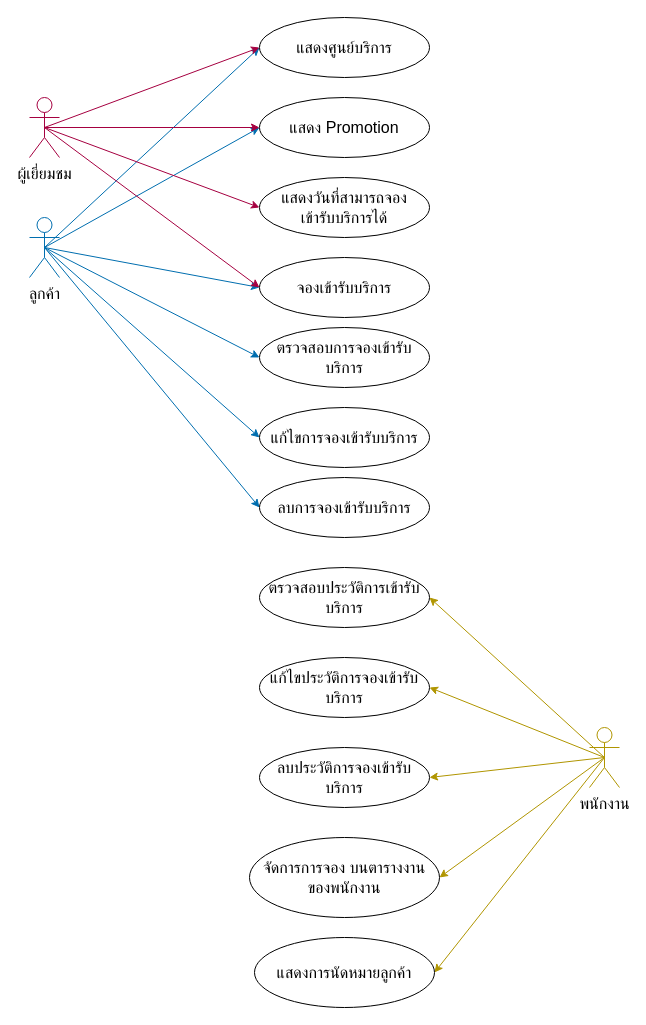
This is test.drawio from nuannim/tyre-out, a draw.io file, before an edit. Source tidied: cells renumbered, new cells numbered last; positions are measured from the earlier drawing's top-left corner, leaving out a move shared by most shapes. Both pictures are drawn from the tidied source at 100%, with x=0, y=0 at pixel (29, 17).
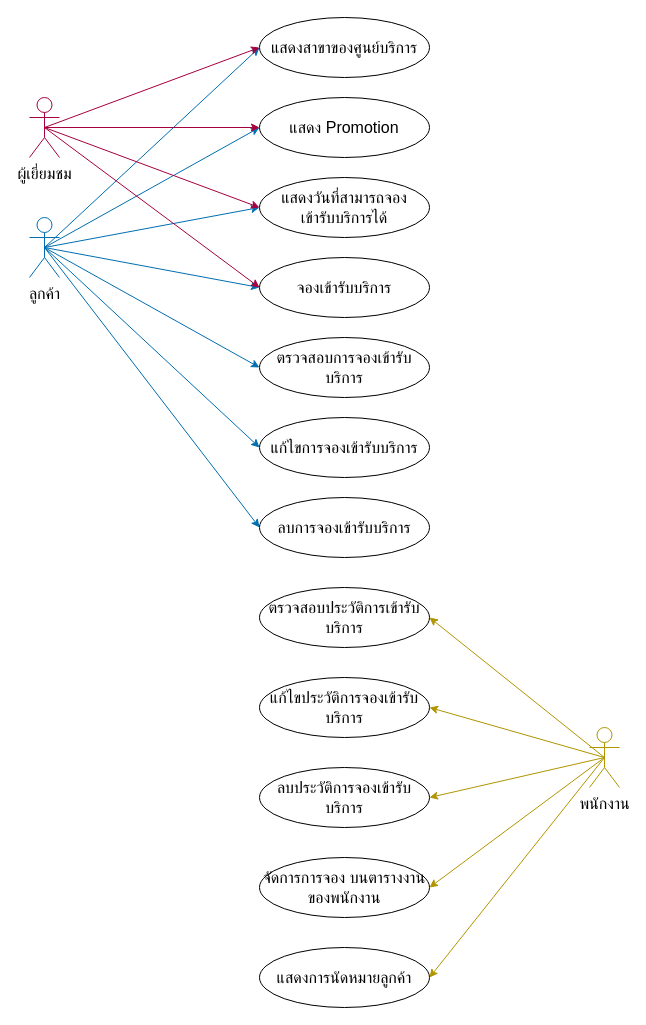
Above is the later version.

The change refers to these unchanged cells:
```xml
<mxCell id="8" value="ลูกค้า" style="shape=umlActor;verticalLabelPosition=bottom;verticalAlign=top;html=1;outlineConnect=0;fillColor=none;fontColor=#000000;strokeColor=#006EAF;fontFamily=th sarabunPSK;fontSize=16;rounded=1;" parent="1" vertex="1">
  <mxGeometry y="200" width="30" height="60" as="geometry" />
</mxCell>
<mxCell id="31" value="แสดงวันที่สามารถจอง&lt;br&gt;เข้ารับบริการได้" style="ellipse;whiteSpace=wrap;html=1;fontFamily=th sarabunPSK;fontSize=16;rounded=1;" parent="1" vertex="1">
  <mxGeometry x="230" y="160" width="170" height="60" as="geometry" />
</mxCell>
```

What changed in the source:
```diff
@@
+    <mxCell id="32" style="edgeStyle=none;html=1;exitX=0.5;exitY=0.5;exitDx=0;exitDy=0;exitPerimeter=0;entryX=0;entryY=0.5;entryDx=0;entryDy=0;fillColor=#1ba1e2;strokeColor=#006EAF;" parent="1" edge="1" source="8" target="31">
+      <mxGeometry relative="1" as="geometry" />
+    </mxCell>
@@
     <mxCell id="21" value="ตรวจสอบการจองเข้ารับบริการ" style="ellipse;whiteSpace=wrap;html=1;fontFamily=th sarabunPSK;fontSize=16;rounded=1;" parent="1" vertex="1">
-      <mxGeometry x="230" y="310" width="170" height="60" as="geometry" />
+      <mxGeometry x="230" y="320" width="170" height="60" as="geometry" />
     </mxCell>
     <mxCell id="22" value="แก้ไขการจองเข้ารับบริการ" style="ellipse;whiteSpace=wrap;html=1;fontFamily=th sarabunPSK;fontSize=16;rounded=1;" parent="1" vertex="1">
-      <mxGeometry x="230" y="390" width="170" height="60" as="geometry" />
+      <mxGeometry x="230" y="400" width="170" height="60" as="geometry" />
     </mxCell>
     <mxCell id="23" value="ลบการจองเข้ารับบริการ" style="ellipse;whiteSpace=wrap;html=1;fontFamily=th sarabunPSK;fontSize=16;rounded=1;" parent="1" vertex="1">
-      <mxGeometry x="230" y="460" width="170" height="60" as="geometry" />
+      <mxGeometry x="230" y="480" width="170" height="60" as="geometry" />
     </mxCell>
     <mxCell id="24" value="ตรวจสอบประวัติการเข้ารับบริการ" style="ellipse;whiteSpace=wrap;html=1;fontFamily=th sarabunPSK;fontSize=16;rounded=1;" parent="1" vertex="1">
-      <mxGeometry x="230" y="550" width="170" height="60" as="geometry" />
+      <mxGeometry x="230" y="570" width="170" height="60" as="geometry" />
     </mxCell>
     <mxCell id="25" value="แก้ไขประวัติการจองเข้ารับบริการ" style="ellipse;whiteSpace=wrap;html=1;fontFamily=th sarabunPSK;fontSize=16;rounded=1;" parent="1" vertex="1">
-      <mxGeometry x="230" y="640" width="170" height="60" as="geometry" />
+      <mxGeometry x="230" y="660" width="170" height="60" as="geometry" />
     </mxCell>
     <mxCell id="26" value="ลบประวัติการจองเข้ารับบริการ" style="ellipse;whiteSpace=wrap;html=1;fontFamily=th sarabunPSK;fontSize=16;rounded=1;" parent="1" vertex="1">
-      <mxGeometry x="230" y="730" width="170" height="60" as="geometry" />
+      <mxGeometry x="230" y="750" width="170" height="60" as="geometry" />
     </mxCell>
     <mxCell id="27" value="จัดการการจอง บนตารางงาน&lt;br style=&quot;font-size: 16px;&quot;&gt;ของพนักงาน" style="ellipse;whiteSpace=wrap;html=1;fontFamily=th sarabunPSK;fontSize=16;rounded=1;" parent="1" vertex="1">
-      <mxGeometry x="220" y="820" width="190" height="80" as="geometry" />
+      <mxGeometry x="230" y="840" width="170" height="60" as="geometry" />
     </mxCell>
     <mxCell id="28" value="แสดงการนัดหมายลูกค้า" style="ellipse;whiteSpace=wrap;html=1;fontFamily=th sarabunPSK;fontSize=16;rounded=1;" parent="1" vertex="1">
-      <mxGeometry x="225" y="920" width="180" height="70" as="geometry" />
+      <mxGeometry x="230" y="930" width="170" height="60" as="geometry" />
     </mxCell>
-    <mxCell id="29" value="แสดงศูนย์บริการ" style="ellipse;whiteSpace=wrap;html=1;fontFamily=th sarabunPSK;fontSize=16;rounded=1;" parent="1" vertex="1">
+    <mxCell id="29" value="แสดงสาขาของศูนย์บริการ" style="ellipse;whiteSpace=wrap;html=1;fontFamily=th sarabunPSK;fontSize=16;rounded=1;" parent="1" vertex="1">
       <mxGeometry x="230" width="170" height="60" as="geometry" />
     </mxCell>
```
